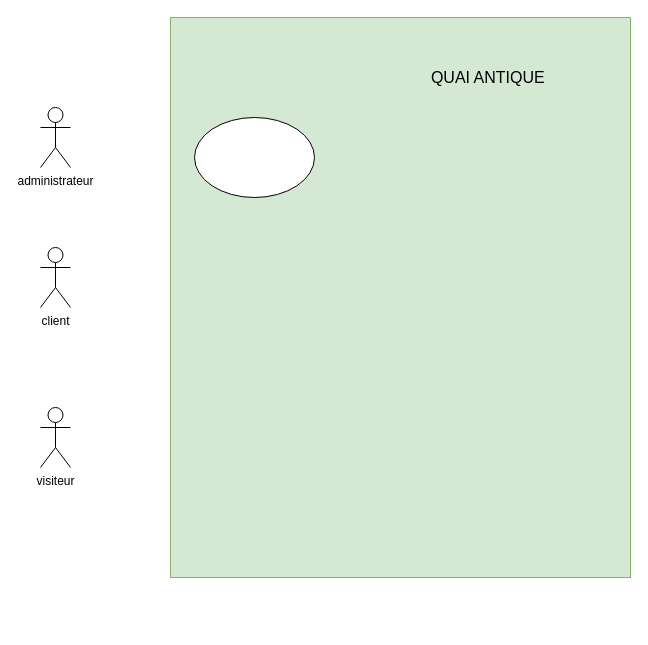
The draw.io diagram diagrammedutilisation.drawio in mel295/quaiantique, before the edit. Source tidied: cells renumbered, new cells numbered last; positions are measured from the earlier drawing's top-left corner, leaving out a move shared by most shapes. Both pictures are drawn from the tidied source at 100%, with x=0, y=0 at pixel (40, 17).
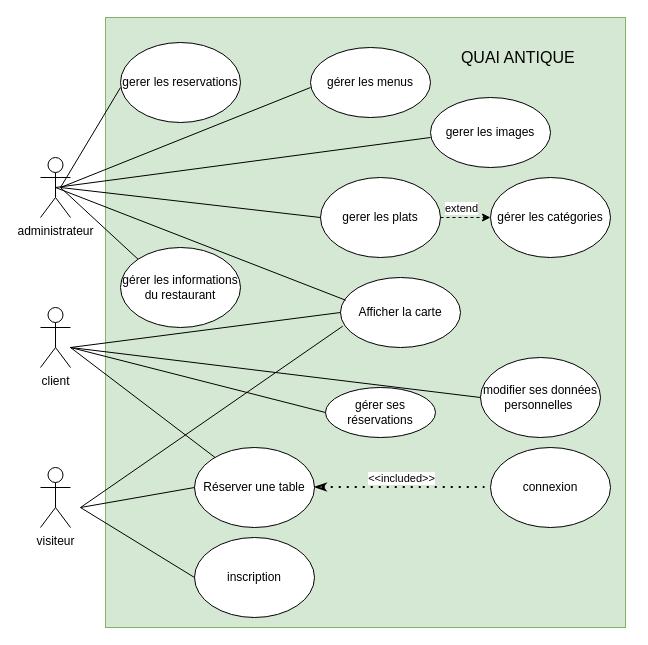
Above is the later version.

Commit message:
Mettre à jour diagrammedutilisation.drawio

Change to the diagram source:
```diff
@@
     <mxCell id="2" style="rounded=0;whiteSpace=wrap;html=1;fillColor=#d5e8d4;strokeColor=#82b366;" parent="1" vertex="1">
-      <mxGeometry x="130" width="460" height="560" as="geometry" />
+      <mxGeometry x="65" width="520" height="610" as="geometry" />
     </mxCell>
     <mxCell id="3" value="&lt;font style=&quot;font-size: 16px;&quot;&gt;QUAI ANTIQUE&amp;nbsp;&lt;/font&gt;" style="text;html=1;align=center;verticalAlign=middle;whiteSpace=wrap;rounded=0;" parent="1" vertex="1">
-      <mxGeometry x="370" y="40" width="160" height="40" as="geometry" />
+      <mxGeometry x="400" y="20" width="160" height="40" as="geometry" />
     </mxCell>
     <mxCell id="4" value="client" style="shape=umlActor;verticalLabelPosition=bottom;verticalAlign=top;html=1;" parent="1" vertex="1">
-      <mxGeometry y="230" width="30" height="60" as="geometry" />
+      <mxGeometry y="290" width="30" height="60" as="geometry" />
     </mxCell>
     <mxCell id="5" value="administrateur" style="shape=umlActor;verticalLabelPosition=bottom;verticalAlign=top;html=1;outlineConnect=0;" parent="1" vertex="1">
-      <mxGeometry y="90" width="30" height="60" as="geometry" />
+      <mxGeometry y="140" width="30" height="60" as="geometry" />
     </mxCell>
     <mxCell id="6" value="visiteur" style="shape=umlActor;verticalLabelPosition=bottom;verticalAlign=top;html=1;" parent="1" vertex="1">
-      <mxGeometry y="390" width="30" height="60" as="geometry" />
+      <mxGeometry y="450" width="30" height="60" as="geometry" />
     </mxCell>
-    <mxCell id="7" style="ellipse;whiteSpace=wrap;html=1;" parent="1" vertex="1">
-      <mxGeometry x="154" y="100" width="120" height="80" as="geometry" />
+    <mxCell id="7" value="Afficher la carte" style="ellipse;whiteSpace=wrap;html=1;" parent="1" vertex="1">
+      <mxGeometry x="300" y="260" width="120" height="70" as="geometry" />
     </mxCell>
+    <mxCell id="8" value="inscription" style="ellipse;whiteSpace=wrap;html=1;" parent="1" vertex="1">
+      <mxGeometry x="154" y="520" width="120" height="80" as="geometry" />
+    </mxCell>
+    <mxCell id="9" value="Réserver une table" style="ellipse;whiteSpace=wrap;html=1;" parent="1" vertex="1">
+      <mxGeometry x="154" y="430" width="120" height="80" as="geometry" />
+    </mxCell>
+    <mxCell id="10" value="connexion" style="ellipse;whiteSpace=wrap;html=1;" parent="1" vertex="1">
+      <mxGeometry x="450" y="430" width="120" height="80" as="geometry" />
+    </mxCell>
+    <mxCell id="11" style="endArrow=none;html=1;rounded=0;entryX=0;entryY=0.5;entryDx=0;entryDy=0;" parent="1" edge="1" target="8">
+      <mxGeometry relative="1" as="geometry">
+        <mxPoint x="40" y="490" as="sourcePoint" />
+      </mxGeometry>
+    </mxCell>
+    <mxCell id="12" style="endArrow=none;html=1;rounded=0;entryX=0;entryY=0.5;entryDx=0;entryDy=0;" parent="1" edge="1" target="9">
+      <mxGeometry relative="1" as="geometry">
+        <mxPoint x="40" y="490" as="sourcePoint" />
+      </mxGeometry>
+    </mxCell>
+    <mxCell id="13" style="endArrow=none;dashed=1;html=1;dashPattern=1 3;strokeWidth=2;rounded=0;startArrow=classicThin;startFill=0;" parent="1" edge="1">
+      <mxGeometry relative="1" as="geometry">
+        <mxPoint x="274" y="469.5" as="sourcePoint" />
+        <mxPoint x="444" y="469.5" as="targetPoint" />
+      </mxGeometry>
+    </mxCell>
+    <mxCell id="14" value="&amp;lt;&amp;lt;included&amp;gt;&amp;gt;" style="edgeLabel;html=1;align=center;verticalAlign=middle;" parent="13" vertex="1">
+      <mxGeometry x="-0.31" y="2" relative="1" as="geometry">
+        <mxPoint x="27" y="-7" as="offset" />
+      </mxGeometry>
+    </mxCell>
+    <mxCell id="15" style="endArrow=none;html=1;rounded=0;entryX=0.019;entryY=0.695;entryDx=0;entryDy=0;entryPerimeter=0;" parent="1" edge="1" target="7">
+      <mxGeometry relative="1" as="geometry">
+        <mxPoint x="40" y="490" as="sourcePoint" />
+      </mxGeometry>
+    </mxCell>
+    <mxCell id="16" style="endArrow=none;html=1;rounded=0;entryX=0;entryY=0.5;entryDx=0;entryDy=0;" parent="1" edge="1" target="7">
+      <mxGeometry relative="1" as="geometry">
+        <mxPoint x="30" y="330" as="sourcePoint" />
+      </mxGeometry>
+    </mxCell>
+    <mxCell id="17" style="endArrow=none;html=1;rounded=0;entryX=0.044;entryY=0.325;entryDx=0;entryDy=0;entryPerimeter=0;exitX=0.5;exitY=0.5;exitDx=0;exitDy=0;exitPerimeter=0;" parent="1" edge="1" source="5" target="7">
+      <mxGeometry relative="1" as="geometry" />
+    </mxCell>
+    <mxCell id="18" value="gérer les menus" style="ellipse;whiteSpace=wrap;html=1;" parent="1" vertex="1">
+      <mxGeometry x="270" y="30" width="120" height="70" as="geometry" />
+    </mxCell>
+    <mxCell id="19" value="gerer les images" style="ellipse;whiteSpace=wrap;html=1;" parent="1" vertex="1">
+      <mxGeometry x="390" y="80" width="120" height="70" as="geometry" />
+    </mxCell>
+    <mxCell id="20" value="gerer les plats" style="ellipse;whiteSpace=wrap;html=1;" parent="1" vertex="1">
+      <mxGeometry x="280" y="160" width="120" height="80" as="geometry" />
+    </mxCell>
+    <mxCell id="21" value="gerer les reservations" style="ellipse;whiteSpace=wrap;html=1;" parent="1" vertex="1">
+      <mxGeometry x="80" y="25" width="120" height="80" as="geometry" />
+    </mxCell>
+    <mxCell id="22" value="gérer les informations du restaurant" style="ellipse;whiteSpace=wrap;html=1;" parent="1" vertex="1">
+      <mxGeometry x="80" y="230" width="120" height="80" as="geometry" />
+    </mxCell>
+    <mxCell id="23" value="gérer les catégories" style="ellipse;whiteSpace=wrap;html=1;" parent="1" vertex="1">
+      <mxGeometry x="450" y="160" width="120" height="80" as="geometry" />
+    </mxCell>
+    <mxCell id="24" style="endArrow=none;html=1;rounded=0;entryX=0;entryY=0;entryDx=0;entryDy=0;" parent="1" edge="1" target="22">
+      <mxGeometry relative="1" as="geometry">
+        <mxPoint x="20" y="170" as="sourcePoint" />
+      </mxGeometry>
+    </mxCell>
+    <mxCell id="25" style="endArrow=none;html=1;rounded=0;" parent="1" edge="1">
+      <mxGeometry relative="1" as="geometry">
+        <mxPoint x="20" y="170" as="sourcePoint" />
+        <mxPoint x="80" y="70" as="targetPoint" />
+      </mxGeometry>
+    </mxCell>
+    <mxCell id="26" style="endArrow=none;html=1;rounded=0;" parent="1" edge="1">
+      <mxGeometry relative="1" as="geometry">
+        <mxPoint x="20" y="170" as="sourcePoint" />
+        <mxPoint x="270" y="70" as="targetPoint" />
+      </mxGeometry>
+    </mxCell>
+    <mxCell id="27" style="endArrow=none;html=1;rounded=0;entryX=0;entryY=0.5;entryDx=0;entryDy=0;entryPerimeter=0;" parent="1" edge="1" target="20">
+      <mxGeometry relative="1" as="geometry">
+        <mxPoint x="20" y="170" as="sourcePoint" />
+      </mxGeometry>
+    </mxCell>
+    <mxCell id="28" style="endArrow=none;html=1;rounded=0;exitX=0.5;exitY=0.5;exitDx=0;exitDy=0;exitPerimeter=0;" parent="1" edge="1" source="5">
+      <mxGeometry relative="1" as="geometry">
+        <mxPoint x="390" y="120" as="targetPoint" />
+      </mxGeometry>
+    </mxCell>
+    <mxCell id="29" style="endArrow=classic;html=1;rounded=0;exitX=1;exitY=0.5;exitDx=0;exitDy=0;dashed=1;" parent="1" edge="1" source="20">
+      <mxGeometry relative="1" as="geometry">
+        <mxPoint x="450" y="200" as="targetPoint" />
+      </mxGeometry>
+    </mxCell>
+    <mxCell id="30" value="extend" style="edgeLabel;html=1;align=center;verticalAlign=middle;" parent="29" vertex="1">
+      <mxGeometry x="-0.01" y="4" relative="1" as="geometry">
+        <mxPoint x="-5" y="-6" as="offset" />
+      </mxGeometry>
+    </mxCell>
+    <mxCell id="31" style="endArrow=none;html=1;rounded=0;" parent="1" edge="1" target="9">
+      <mxGeometry relative="1" as="geometry">
+        <mxPoint x="30" y="330" as="sourcePoint" />
+      </mxGeometry>
+    </mxCell>
+    <mxCell id="32" value="gérer ses réservations" style="ellipse;whiteSpace=wrap;html=1;" parent="1" vertex="1">
+      <mxGeometry x="285" y="370" width="110" height="50" as="geometry" />
+    </mxCell>
+    <mxCell id="33" value="modifier ses données personnelles&amp;nbsp;" style="ellipse;whiteSpace=wrap;html=1;" parent="1" vertex="1">
+      <mxGeometry x="440" y="340" width="120" height="80" as="geometry" />
+    </mxCell>
+    <mxCell id="34" style="endArrow=none;html=1;rounded=0;entryX=0;entryY=0.5;entryDx=0;entryDy=0;" parent="1" edge="1" target="32">
+      <mxGeometry relative="1" as="geometry">
+        <mxPoint x="30" y="330" as="sourcePoint" />
+      </mxGeometry>
+    </mxCell>
+    <mxCell id="35" style="endArrow=none;html=1;rounded=0;" parent="1" edge="1">
+      <mxGeometry relative="1" as="geometry">
+        <mxPoint x="30" y="330" as="sourcePoint" />
+        <mxPoint x="440" y="380" as="targetPoint" />
+      </mxGeometry>
+    </mxCell>
```
